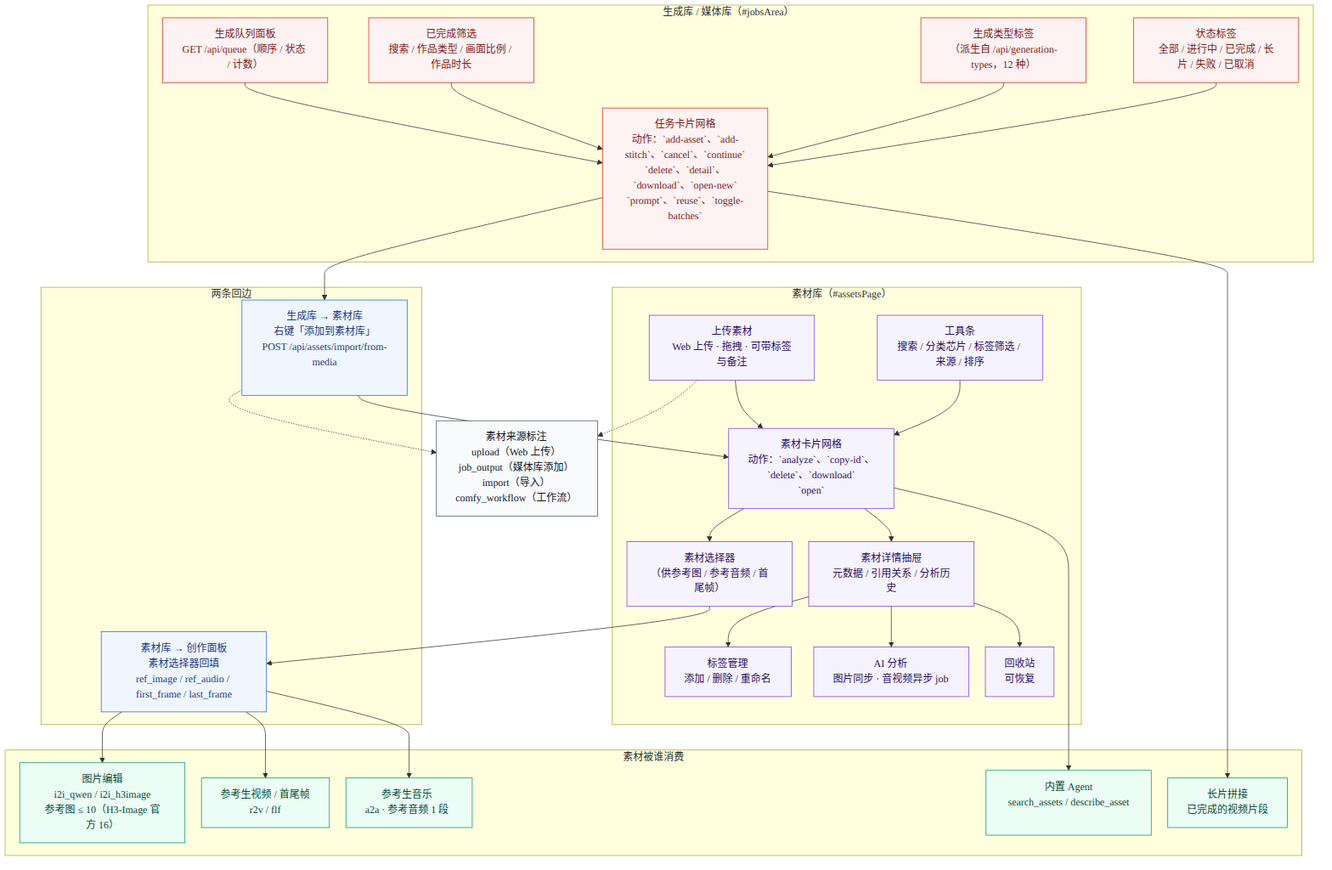
pixelaigc/ComfyUI-MiniMax-H3-Studio keeps this Mermaid diagram as docs/交互流程图-素材库.png. Above is the earlier version. Its source is kept beside it as docs/交互流程图-素材库.mmd.
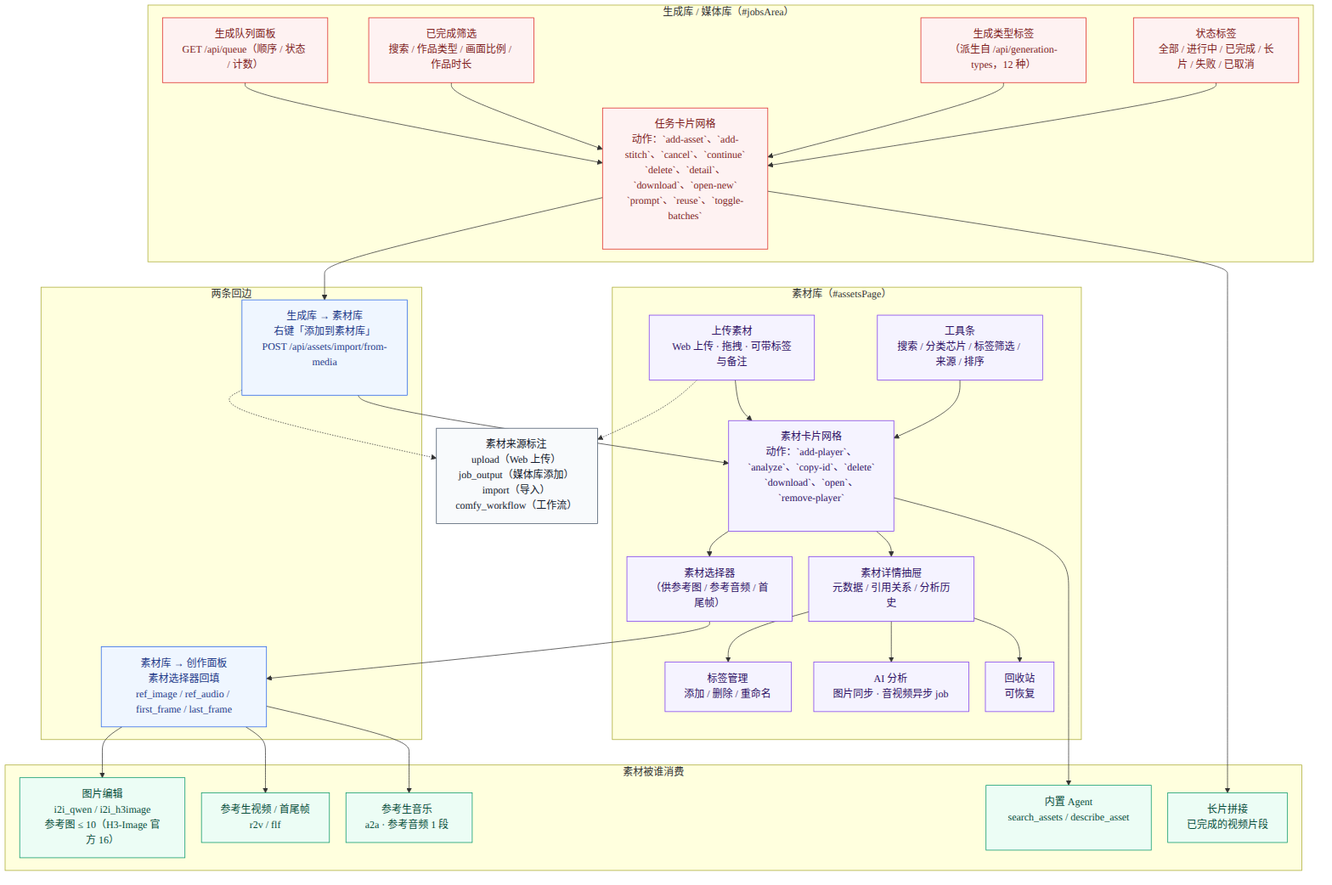
After the change.

Change to the diagram source:
```diff
@@ -5,7 +5,7 @@
     direction TB
     A_TOOLBAR["工具条<br/>搜索 / 分类芯片 / 标签筛选 / 来源 / 排序"]
     A_UP["上传素材<br/>Web 上传 · 拖拽 · 可带标签与备注"]
-    A_GRID["素材卡片网格<br/>动作：`analyze`、`copy-id`、`delete`、`download`<br/>`open`"]
+    A_GRID["素材卡片网格<br/>动作：`add-player`、`analyze`、`copy-id`、`delete`<br/>`download`、`open`、`remove-player`"]
     A_DRAWER["素材详情抽屉<br/>元数据 / 引用关系 / 分析历史"]
     A_TAG["标签管理<br/>添加 / 删除 / 重命名"]
     A_ANALYZE["AI 分析<br/>图片同步 · 音视频异步 job"]
```
